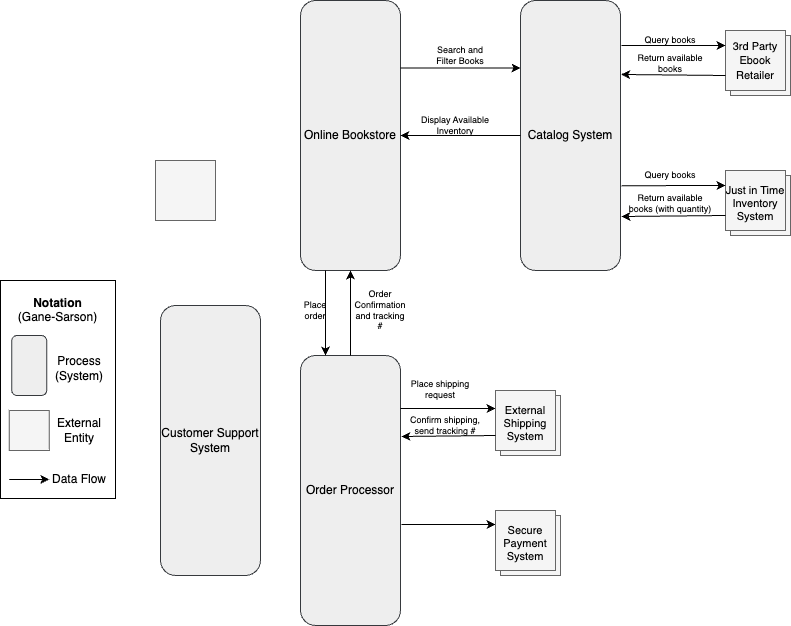
The draw.io diagram Assignment2/Untitled.png in TanHess/SoftwareArchitectureAndDesign, before a commit. Source tidied: cells renumbered, new cells last; positions are measured from the earlier drawing's top-left corner, leaving out a move shared by most shapes.
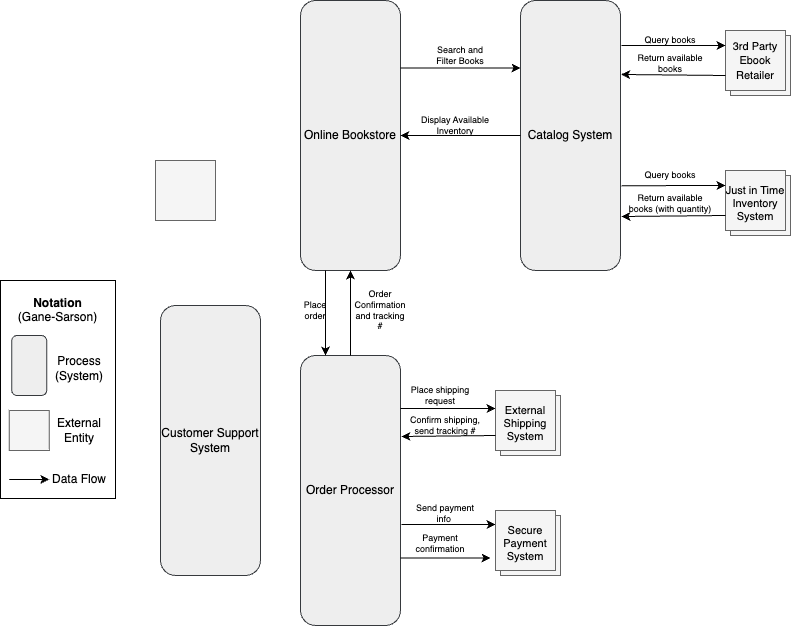
After the commit.

Diff of the diagram source:
```diff
@@ -169,10 +169,19 @@
       <mxGeometry relative="1" as="geometry" />
     </mxCell>
     <mxCell id="55" value="Place shipping request" style="text;html=1;strokeColor=none;fillColor=none;align=center;verticalAlign=middle;whiteSpace=wrap;rounded=0;fontSize=9;" parent="1" vertex="1">
-      <mxGeometry x="457" y="344.1" width="70" height="30" as="geometry" />
+      <mxGeometry x="457" y="350" width="70" height="30" as="geometry" />
     </mxCell>
     <mxCell id="56" value="Confirm shipping, send tracking #" style="text;html=1;strokeColor=none;fillColor=none;align=center;verticalAlign=middle;whiteSpace=wrap;rounded=0;fontSize=9;" parent="1" vertex="1">
       <mxGeometry x="457" y="380" width="80" height="30" as="geometry" />
     </mxCell>
+    <mxCell id="57" value="Send payment info&amp;nbsp;" style="text;html=1;strokeColor=none;fillColor=none;align=center;verticalAlign=middle;whiteSpace=wrap;rounded=0;fontSize=9;" parent="1" vertex="1">
+      <mxGeometry x="462" y="468.1" width="70" height="30" as="geometry" />
+    </mxCell>
+    <mxCell id="58" style="endArrow=classic;html=1;rounded=0;exitX=0.75;exitY=0;exitDx=0;exitDy=0;entryX=0;entryY=1;entryDx=0;entryDy=0;" parent="1" edge="1" source="24" target="53">
+      <mxGeometry relative="1" as="geometry" />
+    </mxCell>
+    <mxCell id="59" value="Payment confirmation" style="text;html=1;strokeColor=none;fillColor=none;align=center;verticalAlign=middle;whiteSpace=wrap;rounded=0;fontSize=9;" parent="1" vertex="1">
+      <mxGeometry x="457" y="501.6" width="70" height="21.9" as="geometry" />
+    </mxCell>
   </root>
 </mxGraphModel>
```
